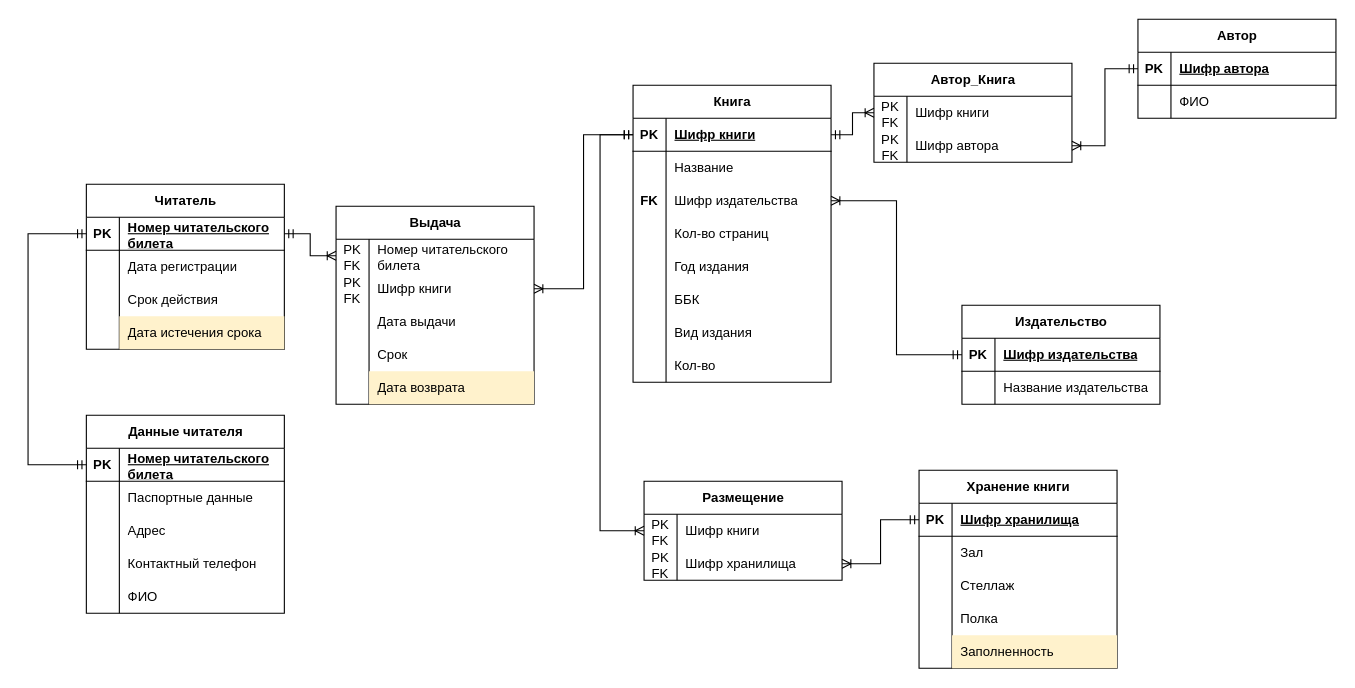
Earlier version of the draw.io diagram Диаграмма без названия.drawio (Kamil08125/-). Source tidied: cells renumbered, new cells numbered last; positions are measured from the earlier drawing's top-left corner, leaving out a move shared by most shapes. Both pictures are drawn from the tidied source at 110%, with x=0, y=0 at pixel (28, 19).
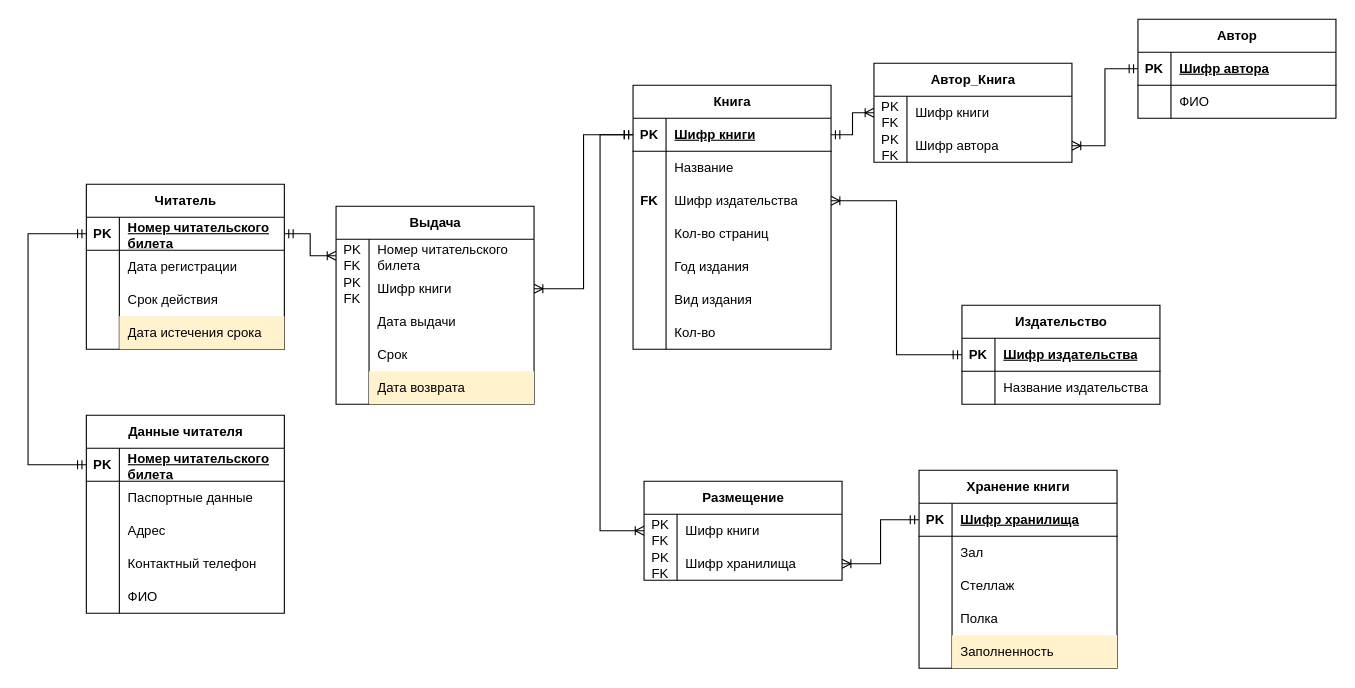
The same diagram, later.

The edit, as a diff of the source:
```diff
@@
     <mxCell id="2" value="Книга" style="shape=table;startSize=30;childLayout=tableLayout;rowLines=0;fontStyle=1;align=center;html=1;" parent="1" vertex="1">
-      <mxGeometry x="550" y="60" width="180" height="270" as="geometry" />
+      <mxGeometry x="550" y="60" width="180" height="240" as="geometry" />
     </mxCell>
@@
-    <mxCell id="18" style="shape=tableRow;horizontal=0;startSize=0;swimlaneHead=0;swimlaneBody=0;fillColor=none;top=0;left=0;right=0;bottom=0;" parent="2" vertex="1">
-      <mxGeometry y="180" width="180" height="30" as="geometry" />
-    </mxCell>
-    <mxCell id="19" style="shape=partialRectangle;fillColor=none;top=0;left=0;bottom=0;right=0;overflow=hidden;whiteSpace=wrap;html=1;" parent="18" vertex="1">
-      <mxGeometry width="30" height="30" as="geometry" />
-    </mxCell>
-    <mxCell id="20" value="ББК" style="shape=partialRectangle;fillColor=none;top=0;left=0;bottom=0;right=0;align=left;spacingLeft=6;overflow=hidden;whiteSpace=wrap;html=1;" parent="18" vertex="1">
-      <mxGeometry x="30" width="150" height="30" as="geometry" />
-    </mxCell>
     <mxCell id="21" style="shape=tableRow;horizontal=0;startSize=0;swimlaneHead=0;swimlaneBody=0;fillColor=none;top=0;left=0;right=0;bottom=0;" parent="2" vertex="1">
-      <mxGeometry y="210" width="180" height="30" as="geometry" />
+      <mxGeometry y="180" width="180" height="30" as="geometry" />
     </mxCell>
@@
     <mxCell id="24" style="shape=tableRow;horizontal=0;startSize=0;swimlaneHead=0;swimlaneBody=0;fillColor=none;top=0;left=0;right=0;bottom=0;" parent="2" vertex="1">
-      <mxGeometry y="240" width="180" height="30" as="geometry" />
+      <mxGeometry y="210" width="180" height="30" as="geometry" />
     </mxCell>
```
